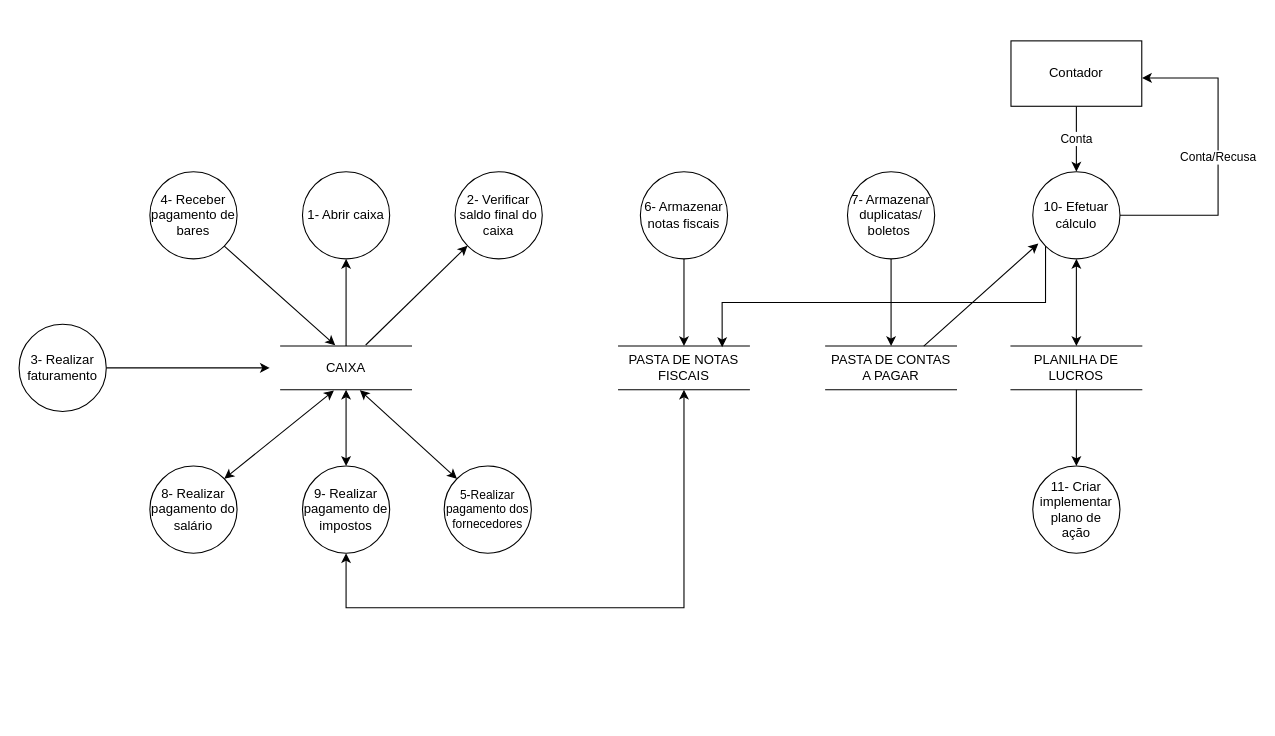
The draw.io diagram docs/artefatos-15-23/FINANCEIRO/16/DFD_FINANCEIRO.drawio in Darienzo08/ope_ads, before the edit. Source tidied: cells renumbered, new cells numbered last; positions are measured from the earlier drawing's top-left corner, leaving out a move shared by most shapes. Both pictures are drawn from the tidied source at 109%, with x=0, y=0 at pixel (19, 40).
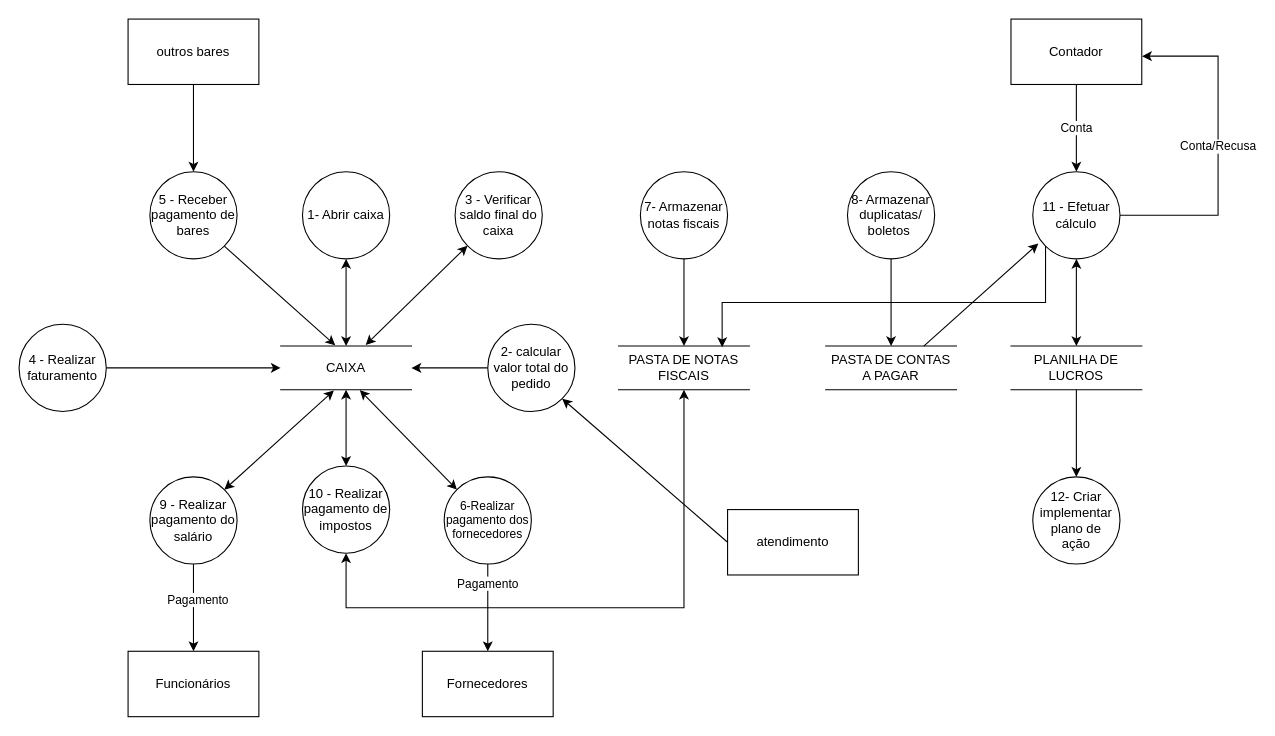
The same page after the edit.

Commit message:
19.04.2020-alteracoes-validar

Unchanged cells that the change refers to:
```xml
<mxCell id="4" value="1- Abrir caixa" style="ellipse;whiteSpace=wrap;html=1;" parent="1" vertex="1">
  <mxGeometry x="260" y="120" width="80" height="80" as="geometry" />
</mxCell>
<mxCell id="6" value="CAIXA" style="shape=partialRectangle;whiteSpace=wrap;html=1;left=0;right=0;fillColor=none;" parent="1" vertex="1">
  <mxGeometry x="240" y="280" width="120" height="40" as="geometry" />
</mxCell>
```

Change to the diagram source:
```diff
@@
     <mxCell id="3" value="Contador" style="rounded=0;whiteSpace=wrap;html=1;" parent="1" vertex="1">
-      <mxGeometry x="910" width="120" height="60" as="geometry" />
+      <mxGeometry x="910" y="-20" width="120" height="60" as="geometry" />
     </mxCell>
@@
-    <mxCell id="5" style="edgeStyle=orthogonalEdgeStyle;rounded=0;jettySize=auto;html=1;exitX=0.5;exitY=0;exitDx=0;exitDy=0;entryX=0.5;entryY=1;entryDx=0;entryDy=0;" parent="1" edge="1" source="6" target="4">
+    <mxCell id="5" style="edgeStyle=orthogonalEdgeStyle;rounded=0;jettySize=auto;html=1;exitX=0.5;exitY=0;exitDx=0;exitDy=0;entryX=0.5;entryY=1;entryDx=0;entryDy=0;startArrow=classic;startFill=1;" parent="1" edge="1" source="6" target="4">
       <mxGeometry relative="1" as="geometry" />
     </mxCell>
@@
-    <mxCell id="8" value="6- Armazenar notas fiscais" style="ellipse;whiteSpace=wrap;html=1;" parent="1" vertex="1">
+    <mxCell id="8" value="7- Armazenar notas fiscais" style="ellipse;whiteSpace=wrap;html=1;" parent="1" vertex="1">
       <mxGeometry x="570" y="120" width="80" height="80" as="geometry" />
     </mxCell>
@@
-    <mxCell id="10" value="7- Armazenar duplicatas/&lt;br&gt;boletos&amp;nbsp;" style="ellipse;whiteSpace=wrap;html=1;" parent="1" vertex="1">
+    <mxCell id="10" value="8- Armazenar duplicatas/&lt;br&gt;boletos&amp;nbsp;" style="ellipse;whiteSpace=wrap;html=1;" parent="1" vertex="1">
       <mxGeometry x="760" y="120" width="80" height="80" as="geometry" />
     </mxCell>
-    <mxCell id="11" value="2- Verificar saldo final do caixa" style="ellipse;whiteSpace=wrap;html=1;" parent="1" vertex="1">
+    <mxCell id="11" value="3 - Verificar saldo final do caixa" style="ellipse;whiteSpace=wrap;html=1;" parent="1" vertex="1">
       <mxGeometry x="400" y="120" width="80" height="80" as="geometry" />
     </mxCell>
+    <mxCell id="34" value="Pagamento" style="edgeStyle=orthogonalEdgeStyle;rounded=0;jettySize=auto;html=1;entryX=0.5;entryY=0;entryDx=0;entryDy=0;startArrow=none;startFill=0;" parent="1" edge="1" source="12" target="43">
+      <mxGeometry x="-0.56" relative="1" as="geometry" />
+    </mxCell>
-    <mxCell id="12" value="5-Realizar pagamento dos fornecedores" style="ellipse;whiteSpace=wrap;html=1;fontSize=11;" parent="1" vertex="1">
-      <mxGeometry x="390" y="390" width="80" height="80" as="geometry" />
+    <mxCell id="12" value="6-Realizar pagamento dos fornecedores" style="ellipse;whiteSpace=wrap;html=1;fontSize=11;" parent="1" vertex="1">
+      <mxGeometry x="390" y="400" width="80" height="80" as="geometry" />
     </mxCell>
-    <mxCell id="13" style="edgeStyle=orthogonalEdgeStyle;rounded=0;jettySize=auto;html=1;exitX=1;exitY=0.5;exitDx=0;exitDy=0;" parent="1" edge="1" source="14">
-      <mxGeometry relative="1" as="geometry">
-        <mxPoint x="230" y="300" as="targetPoint" />
-      </mxGeometry>
+    <mxCell id="13" style="edgeStyle=orthogonalEdgeStyle;rounded=0;jettySize=auto;html=1;exitX=1;exitY=0.5;exitDx=0;exitDy=0;entryX=0;entryY=0.5;entryDx=0;entryDy=0;" parent="1" edge="1" source="14" target="6">
+      <mxGeometry relative="1" as="geometry" />
     </mxCell>
-    <mxCell id="14" value="3- Realizar faturamento" style="ellipse;whiteSpace=wrap;html=1;" parent="1" vertex="1">
+    <mxCell id="14" value="4 - Realizar faturamento" style="ellipse;whiteSpace=wrap;html=1;" parent="1" vertex="1">
       <mxGeometry y="260" width="80" height="80" as="geometry" />
     </mxCell>
-    <mxCell id="15" value="4- Receber pagamento de bares" style="ellipse;whiteSpace=wrap;html=1;" parent="1" vertex="1">
+    <mxCell id="15" value="5 - Receber pagamento de bares" style="ellipse;whiteSpace=wrap;html=1;" parent="1" vertex="1">
       <mxGeometry x="120" y="120" width="80" height="80" as="geometry" />
     </mxCell>
@@
     <mxCell id="17" value="Conta/Recusa" style="edgeStyle=orthogonalEdgeStyle;rounded=0;jettySize=auto;html=1;exitX=1;exitY=0.5;exitDx=0;exitDy=0;startArrow=none;startFill=0;entryX=1.002;entryY=0.567;entryDx=0;entryDy=0;entryPerimeter=0;" parent="1" edge="1" source="19" target="3">
       <mxGeometry relative="1" as="geometry">
         <Array as="points">
           <mxPoint x="1100" y="160" />
-          <mxPoint x="1100" y="34" />
-          <mxPoint x="1032" y="34" />
+          <mxPoint x="1100" y="14" />
         </Array>
       </mxGeometry>
     </mxCell>
@@
-    <mxCell id="19" value="10- Efetuar cálculo" style="ellipse;whiteSpace=wrap;html=1;" parent="1" vertex="1">
+    <mxCell id="19" value="11 - Efetuar cálculo" style="ellipse;whiteSpace=wrap;html=1;" parent="1" vertex="1">
       <mxGeometry x="930" y="120" width="80" height="80" as="geometry" />
     </mxCell>
+    <mxCell id="35" style="edgeStyle=orthogonalEdgeStyle;rounded=0;jettySize=auto;html=1;entryX=0.5;entryY=0;entryDx=0;entryDy=0;startArrow=none;startFill=0;" parent="1" edge="1" source="20" target="44">
+      <mxGeometry relative="1" as="geometry" />
+    </mxCell>
+    <mxCell id="36" value="Pagamento" style="edgeLabel;html=1;align=center;verticalAlign=middle;" parent="35" vertex="1">
+      <mxGeometry x="-0.21" y="3" relative="1" as="geometry" />
+    </mxCell>
-    <mxCell id="20" value="8- Realizar pagamento do salário" style="ellipse;whiteSpace=wrap;html=1;" parent="1" vertex="1">
-      <mxGeometry x="120" y="390" width="80" height="80" as="geometry" />
+    <mxCell id="20" value="9 - Realizar pagamento do salário" style="ellipse;whiteSpace=wrap;html=1;" parent="1" vertex="1">
+      <mxGeometry x="120" y="400" width="80" height="80" as="geometry" />
     </mxCell>
@@
-    <mxCell id="23" value="9- Realizar pagamento de impostos" style="ellipse;whiteSpace=wrap;html=1;" parent="1" vertex="1">
+    <mxCell id="23" value="10 - Realizar pagamento de impostos" style="ellipse;whiteSpace=wrap;html=1;" parent="1" vertex="1">
       <mxGeometry x="260" y="390" width="80" height="80" as="geometry" />
     </mxCell>
@@
-    <mxCell id="25" value="11- Criar implementar plano de &lt;br&gt;ação" style="ellipse;whiteSpace=wrap;html=1;" parent="1" vertex="1">
-      <mxGeometry x="930" y="390" width="80" height="80" as="geometry" />
+    <mxCell id="25" value="12- Criar implementar plano de &lt;br&gt;ação" style="ellipse;whiteSpace=wrap;html=1;" parent="1" vertex="1">
+      <mxGeometry x="930" y="400" width="80" height="80" as="geometry" />
     </mxCell>
@@
-    <mxCell id="31" style="endArrow=classic;html=1;exitX=0.65;exitY=-0.025;exitDx=0;exitDy=0;exitPerimeter=0;" parent="1" edge="1" source="6" target="11">
+    <mxCell id="31" style="endArrow=classic;html=1;exitX=0.65;exitY=-0.025;exitDx=0;exitDy=0;exitPerimeter=0;startArrow=classic;startFill=1;" parent="1" edge="1" source="6" target="11">
       <mxGeometry relative="1" as="geometry" />
     </mxCell>
@@
+    <mxCell id="37" style="edgeStyle=orthogonalEdgeStyle;rounded=0;jettySize=auto;html=1;entryX=1;entryY=0.5;entryDx=0;entryDy=0;" parent="1" edge="1" source="38" target="6">
+      <mxGeometry relative="1" as="geometry" />
+    </mxCell>
+    <mxCell id="38" value="2- calcular valor total do pedido" style="ellipse;whiteSpace=wrap;html=1;" parent="1" vertex="1">
+      <mxGeometry x="430" y="260" width="80" height="80" as="geometry" />
+    </mxCell>
+    <mxCell id="39" style="edgeStyle=orthogonalEdgeStyle;rounded=0;jettySize=auto;html=1;entryX=0.5;entryY=0;entryDx=0;entryDy=0;" parent="1" edge="1" source="40" target="15">
+      <mxGeometry relative="1" as="geometry" />
+    </mxCell>
+    <mxCell id="40" value="outros bares" style="rounded=0;whiteSpace=wrap;html=1;" parent="1" vertex="1">
+      <mxGeometry x="100" y="-20" width="120" height="60" as="geometry" />
+    </mxCell>
+    <mxCell id="41" value="atendimento" style="rounded=0;whiteSpace=wrap;html=1;" parent="1" vertex="1">
+      <mxGeometry x="650" y="430" width="120" height="60" as="geometry" />
+    </mxCell>
+    <mxCell id="42" style="endArrow=classic;html=1;exitX=0;exitY=0.5;exitDx=0;exitDy=0;entryX=1;entryY=1;entryDx=0;entryDy=0;" parent="1" edge="1" source="41" target="38">
+      <mxGeometry relative="1" as="geometry" />
+    </mxCell>
+    <mxCell id="43" value="Fornecedores" style="rounded=0;whiteSpace=wrap;html=1;" parent="1" vertex="1">
+      <mxGeometry x="370" y="560" width="120" height="60" as="geometry" />
+    </mxCell>
+    <mxCell id="44" value="Funcionários" style="rounded=0;whiteSpace=wrap;html=1;" parent="1" vertex="1">
+      <mxGeometry x="100" y="560" width="120" height="60" as="geometry" />
+    </mxCell>
```
